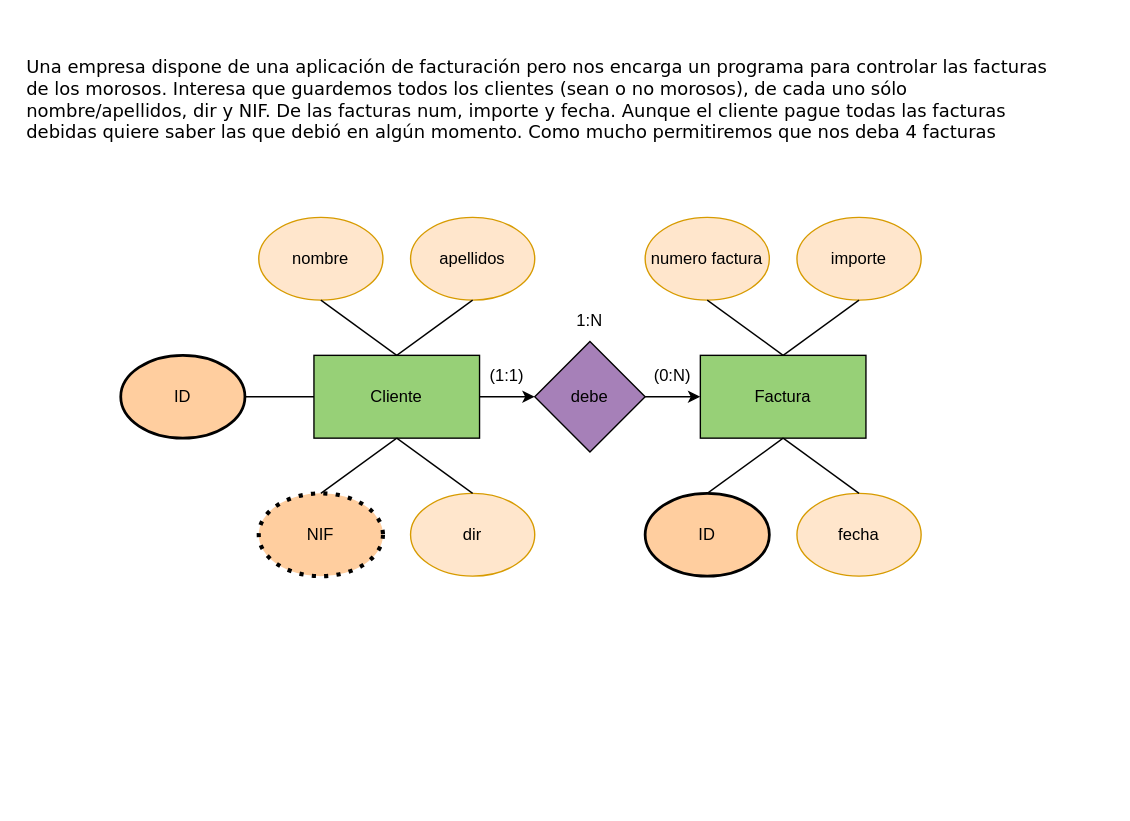
The draw.io diagram drawio/Ejer1.drawio in DiEgOfercri/Modelos-BBDD, before the edit. Source tidied: cells renumbered, new cells numbered last; positions are measured from the earlier drawing's top-left corner, leaving out a move shared by most shapes. Both pictures are drawn from the tidied source at 138%, with x=0, y=0 at pixel (23, 23).
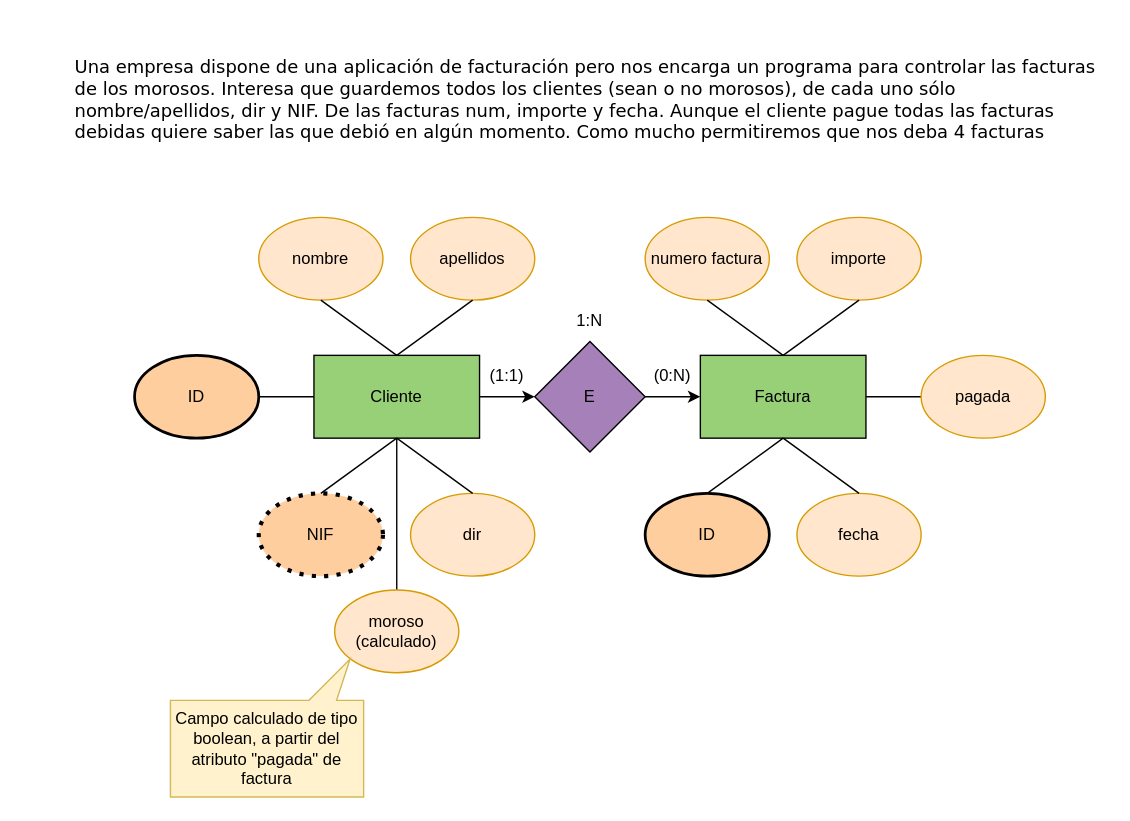
The same page after the edit.

Unchanged cells that the change refers to:
```xml
<mxCell id="3" value="Cliente" style="rounded=0;whiteSpace=wrap;html=1;fillColor=#97D077;" parent="1" vertex="1">
  <mxGeometry x="210" y="240" width="120" height="60" as="geometry" />
</mxCell>
<mxCell id="5" value="Factura" style="rounded=0;whiteSpace=wrap;html=1;fillColor=#97D077;" parent="1" vertex="1">
  <mxGeometry x="490" y="240" width="120" height="60" as="geometry" />
</mxCell>
```

Change to the diagram source:
```diff
@@
     <mxCell id="4" value="Una empresa dispone de una aplicación de facturación pero nos encarga un programa para controlar las facturas de los morosos. Interesa que guardemos todos los clientes (sean o no morosos), de cada uno sólo nombre/apellidos, dir y NIF. De las facturas num, importe y fecha. Aunque el cliente pague todas las facturas debidas quiere saber las que debió en algún momento. Como mucho permitiremos que nos deba 4 facturas" style="text;html=1;strokeColor=none;fillColor=none;align=left;verticalAlign=middle;whiteSpace=wrap;rounded=0;fontSize=13;spacingTop=0;spacingBottom=0;fontFamily=Verdana;" parent="1" vertex="1">
-      <mxGeometry width="750" height="110" as="geometry" />
+      <mxGeometry x="35" width="750" height="110" as="geometry" />
     </mxCell>
@@
-    <mxCell id="7" value="debe" style="rhombus;whiteSpace=wrap;html=1;fillColor=#A680B8;" parent="1" vertex="1">
+    <mxCell id="7" value="E" style="rhombus;whiteSpace=wrap;html=1;fillColor=#A680B8;" parent="1" vertex="1">
       <mxGeometry x="370" y="230" width="80" height="80" as="geometry" />
     </mxCell>
@@
     <mxCell id="15" value="ID" style="ellipse;whiteSpace=wrap;html=1;strokeWidth=2;fillColor=#FFCE9F;" parent="1" vertex="1">
-      <mxGeometry x="70" y="240" width="90" height="60" as="geometry" />
+      <mxGeometry x="80" y="240" width="90" height="60" as="geometry" />
     </mxCell>
@@
+    <mxCell id="29" style="edgeStyle=orthogonalEdgeStyle;rounded=0;jettySize=auto;html=1;exitX=0;exitY=0.5;exitDx=0;exitDy=0;entryX=1;entryY=0.5;entryDx=0;entryDy=0;endArrow=none;endFill=0;" parent="1" edge="1" source="30" target="5">
+      <mxGeometry relative="1" as="geometry" />
+    </mxCell>
+    <mxCell id="30" value="pagada" style="ellipse;whiteSpace=wrap;html=1;fillColor=#ffe6cc;strokeColor=#d79b00;" parent="1" vertex="1">
+      <mxGeometry x="650" y="240" width="90" height="60" as="geometry" />
+    </mxCell>
+    <mxCell id="31" style="edgeStyle=orthogonalEdgeStyle;rounded=0;jettySize=auto;html=1;exitX=0.5;exitY=0;exitDx=0;exitDy=0;entryX=0.5;entryY=1;entryDx=0;entryDy=0;endArrow=none;endFill=0;" parent="1" edge="1" source="32" target="3">
+      <mxGeometry relative="1" as="geometry" />
+    </mxCell>
+    <mxCell id="32" value="moroso&lt;br&gt;(calculado)" style="ellipse;whiteSpace=wrap;html=1;fillColor=#ffe6cc;strokeColor=#d79b00;" parent="1" vertex="1">
+      <mxGeometry x="225" y="410" width="90" height="60" as="geometry" />
+    </mxCell>
+    <mxCell id="33" value="Campo calculado de tipo boolean, a partir del atributo &quot;pagada&quot; de factura" style="shape=callout;whiteSpace=wrap;html=1;perimeter=calloutPerimeter;direction=west;size=30;position=0.14;position2=0.07;fillColor=#fff2cc;strokeColor=#d6b656;" parent="1" vertex="1">
+      <mxGeometry x="106" y="460" width="140" height="100" as="geometry" />
+    </mxCell>
```
